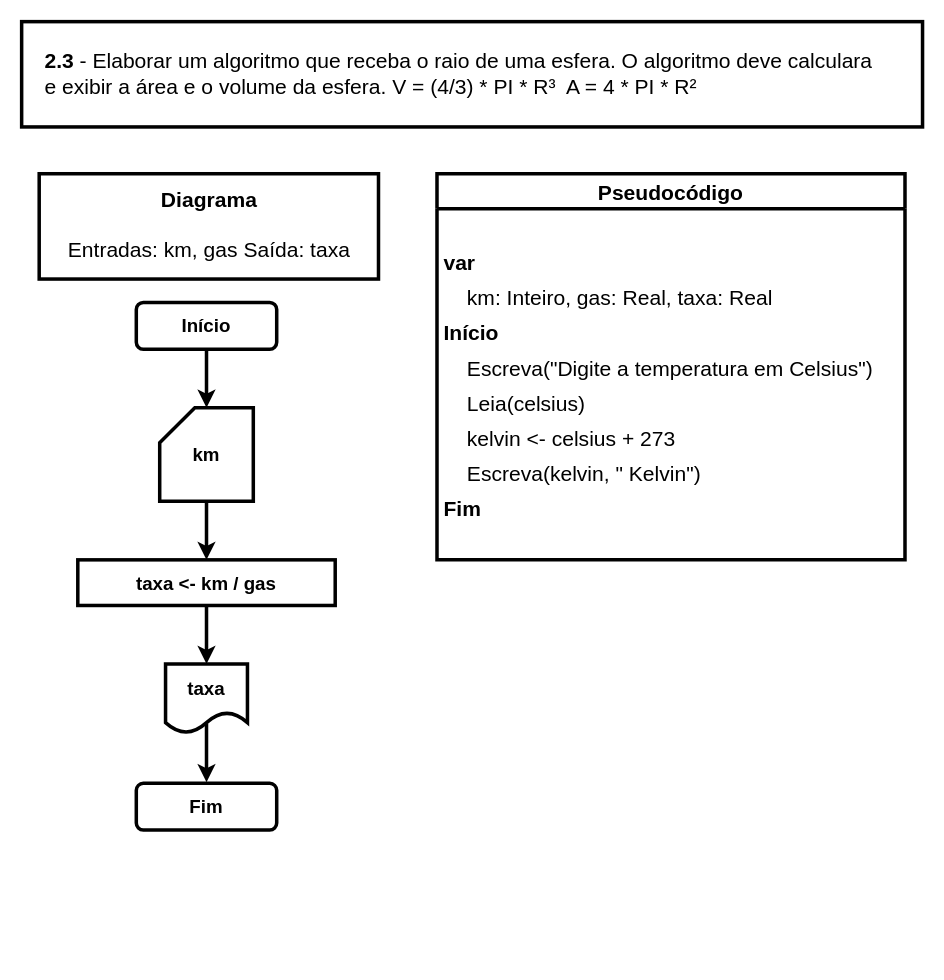
The draw.io diagram page "Ex. 2.3" (7 of 14) of exercicios.drawio in iSamekh/draw.io, before the edit. Source tidied: cells renumbered, new cells numbered last; positions are measured from the earlier drawing's top-left corner, leaving out a move shared by most shapes. Both pictures are drawn from the tidied source at 117%, with x=0, y=0 at pixel (21, 21).
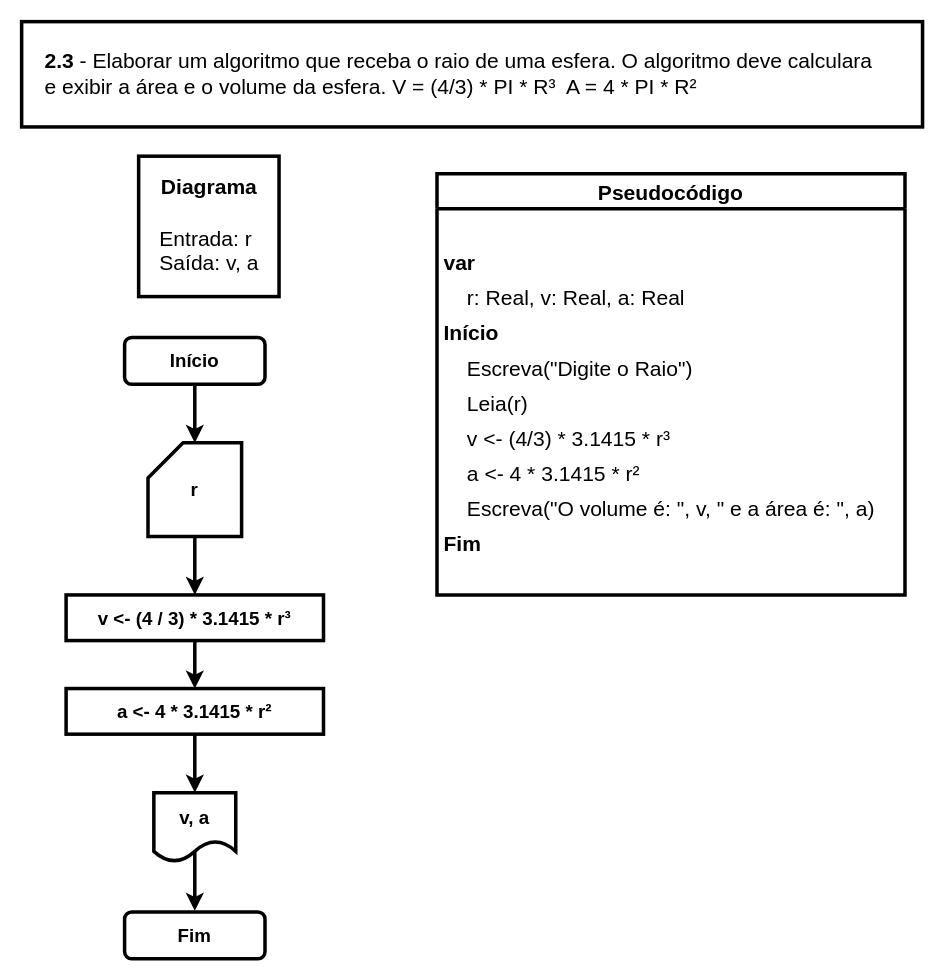
Above is the later version.

The edit, as a diff of the source:
```diff
@@
     <mxCell id="3" value="Início" style="rounded=1;whiteSpace=wrap;html=1;fontSize=16;glass=0;strokeWidth=3;shadow=0;fontStyle=1;" parent="1" vertex="1">
-      <mxGeometry x="98" y="240" width="120" height="40" as="geometry" />
+      <mxGeometry x="88" y="270" width="120" height="40" as="geometry" />
     </mxCell>
     <mxCell id="4" value="Fim" style="rounded=1;whiteSpace=wrap;html=1;fontSize=16;glass=0;strokeWidth=3;shadow=0;fontStyle=1;" parent="1" vertex="1">
-      <mxGeometry x="98" y="651" width="120" height="40" as="geometry" />
+      <mxGeometry x="88" y="761" width="120" height="40" as="geometry" />
     </mxCell>
     <mxCell id="5" style="edgeStyle=orthogonalEdgeStyle;rounded=0;orthogonalLoop=1;jettySize=auto;html=1;fontSize=16;fontColor=#0F0F0F;strokeWidth=3;" parent="1" edge="1">
       <mxGeometry relative="1" as="geometry">
-        <mxPoint x="158" y="600" as="sourcePoint" />
-        <mxPoint x="158" y="650" as="targetPoint" />
+        <mxPoint x="148" y="710" as="sourcePoint" />
+        <mxPoint x="148" y="760" as="targetPoint" />
       </mxGeometry>
     </mxCell>
-    <mxCell id="6" value="taxa" style="shape=document;whiteSpace=wrap;html=1;boundedLbl=1;fontStyle=1;fontSize=16;strokeWidth=3;" parent="1" vertex="1">
-      <mxGeometry x="123" y="549" width="70" height="59" as="geometry" />
+    <mxCell id="6" value="v, a" style="shape=document;whiteSpace=wrap;html=1;boundedLbl=1;fontStyle=1;fontSize=16;strokeWidth=3;" parent="1" vertex="1">
+      <mxGeometry x="113" y="659" width="70" height="59" as="geometry" />
     </mxCell>
@@
-    <mxCell id="8" value="km" style="shape=card;whiteSpace=wrap;html=1;fontStyle=1;fontSize=16;strokeWidth=3;" parent="1" vertex="1">
-      <mxGeometry x="118" y="330" width="80" height="80" as="geometry" />
+    <mxCell id="8" value="r" style="shape=card;whiteSpace=wrap;html=1;fontStyle=1;fontSize=16;strokeWidth=3;" parent="1" vertex="1">
+      <mxGeometry x="108" y="360" width="80" height="80" as="geometry" />
     </mxCell>
-    <mxCell id="9" style="edgeStyle=orthogonalEdgeStyle;rounded=0;jettySize=auto;html=1;fontSize=16;fontColor=#0F0F0F;strokeWidth=3;" parent="1" edge="1" source="10" target="6">
-      <mxGeometry relative="1" as="geometry" />
-    </mxCell>
+    <mxCell id="24" style="edgeStyle=orthogonalEdgeStyle;rounded=0;jettySize=auto;html=1;strokeWidth=3;fontSize=16;" parent="1" edge="1" source="10" target="27">
+      <mxGeometry relative="1" as="geometry" />
+    </mxCell>
-    <mxCell id="10" value="taxa &amp;lt;- km / gas" style="rounded=0;whiteSpace=wrap;html=1;fontStyle=1;fontSize=16;strokeWidth=3;" parent="1" vertex="1">
-      <mxGeometry x="48" y="460" width="220" height="39" as="geometry" />
+    <mxCell id="10" value="v &amp;lt;- (4 / 3) * 3.1415 * r³" style="rounded=0;whiteSpace=wrap;html=1;fontStyle=1;fontSize=16;strokeWidth=3;" parent="1" vertex="1">
+      <mxGeometry x="38" y="490" width="220" height="39" as="geometry" />
     </mxCell>
     <mxCell id="11" value="Pseudocódigo" style="swimlane;fontStyle=1;horizontal=1;startSize=30;rounded=0;shadow=0;labelBackgroundColor=#FFFFFF;labelBorderColor=none;sketch=0;fillStyle=auto;strokeColor=default;strokeWidth=3;fillColor=default;swimlaneLine=1;glass=0;arcSize=20;fontSize=18;spacing=10;" parent="1" vertex="1">
-      <mxGeometry x="355" y="130" width="400" height="330" as="geometry" />
+      <mxGeometry x="355" y="130" width="400" height="360" as="geometry" />
     </mxCell>
@@
-    <mxCell id="14" value="    km: Inteiro, gas: Real, taxa: Real" style="text;strokeColor=none;fillColor=none;align=left;verticalAlign=middle;spacingLeft=4;spacingRight=4;overflow=hidden;rounded=1;shadow=0;labelBackgroundColor=none;labelBorderColor=none;sketch=1;fillStyle=auto;strokeWidth=3;fontSize=18;" parent="11" vertex="1">
+    <mxCell id="14" value="    r: Real, v: Real, a: Real" style="text;strokeColor=none;fillColor=none;align=left;verticalAlign=middle;spacingLeft=4;spacingRight=4;overflow=hidden;rounded=1;shadow=0;labelBackgroundColor=none;labelBorderColor=none;sketch=1;fillStyle=auto;strokeWidth=3;fontSize=18;" parent="11" vertex="1">
       <mxGeometry y="90" width="400" height="30" as="geometry" />
     </mxCell>
@@
-    <mxCell id="16" value="     Escreva(&quot;Digite a temperatura em Celsius&quot;)" style="text;strokeColor=none;fillColor=none;align=left;verticalAlign=middle;spacingLeft=4;spacingRight=4;overflow=hidden;rounded=1;shadow=0;labelBackgroundColor=none;labelBorderColor=none;sketch=1;fillStyle=auto;strokeWidth=3;fontStyle=0;fontSize=18;" parent="11" vertex="1">
+    <mxCell id="16" value="     Escreva(&quot;Digite o Raio&quot;)" style="text;strokeColor=none;fillColor=none;align=left;verticalAlign=middle;spacingLeft=4;spacingRight=4;overflow=hidden;rounded=1;shadow=0;labelBackgroundColor=none;labelBorderColor=none;sketch=1;fillStyle=auto;strokeWidth=3;fontStyle=0;fontSize=18;" parent="11" vertex="1">
       <mxGeometry y="150" width="400" height="30" as="geometry" />
     </mxCell>
-    <mxCell id="17" value="     Leia(celsius)" style="text;strokeColor=none;fillColor=none;align=left;verticalAlign=middle;spacingLeft=4;spacingRight=4;overflow=hidden;rounded=1;shadow=0;labelBackgroundColor=none;labelBorderColor=none;sketch=1;fillStyle=auto;strokeWidth=3;fontStyle=0;fontSize=18;" parent="11" vertex="1">
+    <mxCell id="17" value="     Leia(r)" style="text;strokeColor=none;fillColor=none;align=left;verticalAlign=middle;spacingLeft=4;spacingRight=4;overflow=hidden;rounded=1;shadow=0;labelBackgroundColor=none;labelBorderColor=none;sketch=1;fillStyle=auto;strokeWidth=3;fontStyle=0;fontSize=18;" parent="11" vertex="1">
       <mxGeometry y="180" width="400" height="30" as="geometry" />
     </mxCell>
-    <mxCell id="18" value="    kelvin &lt;- celsius + 273" style="text;strokeColor=none;fillColor=none;align=left;verticalAlign=middle;spacingLeft=4;spacingRight=4;overflow=hidden;rounded=1;shadow=0;labelBackgroundColor=none;labelBorderColor=none;sketch=1;fillStyle=auto;strokeWidth=3;fontStyle=0;fontSize=18;" parent="11" vertex="1">
+    <mxCell id="18" value="    v &lt;- (4/3) * 3.1415 * r³" style="text;strokeColor=none;fillColor=none;align=left;verticalAlign=middle;spacingLeft=4;spacingRight=4;overflow=hidden;rounded=1;shadow=0;labelBackgroundColor=none;labelBorderColor=none;sketch=1;fillStyle=auto;strokeWidth=3;fontStyle=0;fontSize=18;" parent="11" vertex="1">
       <mxGeometry y="210" width="400" height="30" as="geometry" />
     </mxCell>
+    <mxCell id="25" value="    a &lt;- 4 * 3.1415 * r²" style="text;strokeColor=none;fillColor=none;align=left;verticalAlign=middle;spacingLeft=4;spacingRight=4;overflow=hidden;rounded=1;shadow=0;labelBackgroundColor=none;labelBorderColor=none;sketch=1;fillStyle=auto;strokeWidth=3;fontStyle=0;fontSize=18;" parent="11" vertex="1">
+      <mxGeometry y="240" width="400" height="30" as="geometry" />
+    </mxCell>
-    <mxCell id="19" value="     Escreva(kelvin, &quot; Kelvin&quot;)" style="text;strokeColor=none;fillColor=none;align=left;verticalAlign=middle;spacingLeft=4;spacingRight=4;overflow=hidden;rounded=1;shadow=0;labelBackgroundColor=none;labelBorderColor=none;sketch=1;fillStyle=auto;strokeWidth=3;fontStyle=0;fontSize=18;" parent="11" vertex="1">
-      <mxGeometry y="240" width="400" height="30" as="geometry" />
+    <mxCell id="19" value="     Escreva(&quot;O volume é: &quot;, v, &quot; e a área é: &quot;, a)" style="text;strokeColor=none;fillColor=none;align=left;verticalAlign=middle;spacingLeft=4;spacingRight=4;overflow=hidden;rounded=1;shadow=0;labelBackgroundColor=none;labelBorderColor=none;sketch=1;fillStyle=auto;strokeWidth=3;fontStyle=0;fontSize=18;" parent="11" vertex="1">
+      <mxGeometry y="270" width="400" height="30" as="geometry" />
     </mxCell>
     <mxCell id="20" value="Fim" style="text;strokeColor=none;fillColor=none;align=left;verticalAlign=middle;spacingLeft=4;spacingRight=4;overflow=hidden;rounded=1;shadow=0;labelBackgroundColor=none;labelBorderColor=none;sketch=1;fillStyle=auto;strokeWidth=3;fontStyle=1;fontSize=18;" parent="11" vertex="1">
-      <mxGeometry y="270" width="400" height="30" as="geometry" />
+      <mxGeometry y="300" width="400" height="30" as="geometry" />
     </mxCell>
     <mxCell id="21" style="text;strokeColor=none;fillColor=none;align=left;verticalAlign=middle;spacingLeft=4;spacingRight=4;overflow=hidden;rounded=1;shadow=0;labelBackgroundColor=none;labelBorderColor=none;sketch=1;fillStyle=auto;strokeWidth=3;fontStyle=1;fontSize=18;" parent="11" vertex="1">
-      <mxGeometry y="300" width="400" height="30" as="geometry" />
+      <mxGeometry y="330" width="400" height="30" as="geometry" />
     </mxCell>
-    <mxCell id="22" value="&lt;font style=&quot;font-size: 18px;&quot;&gt;&lt;b style=&quot;font-size: 18px;&quot;&gt;Diagrama&lt;br&gt;&lt;/b&gt;&lt;br style=&quot;font-size: 18px;&quot;&gt;&lt;div style=&quot;text-align: left; font-size: 18px;&quot;&gt;&lt;span style=&quot;font-size: 18px;&quot;&gt;&lt;font style=&quot;font-size: 18px;&quot;&gt;Entradas: km, gas&lt;span style=&quot;white-space: pre;&quot;&gt; &lt;/span&gt;&lt;/font&gt;&lt;/span&gt;Saída: taxa&lt;/div&gt;&lt;/font&gt;" style="text;html=1;align=center;verticalAlign=middle;fillColor=default;strokeColor=default;rounded=0;shadow=0;glass=0;labelBackgroundColor=#FFFFFF;labelBorderColor=none;sketch=0;fillStyle=auto;strokeWidth=3;fontSize=18;spacing=10;" parent="1" vertex="1">
-      <mxGeometry x="15" y="130" width="290" height="90" as="geometry" />
+    <mxCell id="22" value="&lt;font style=&quot;font-size: 18px;&quot;&gt;&lt;b style=&quot;font-size: 18px;&quot;&gt;Diagrama&lt;br&gt;&lt;/b&gt;&lt;br style=&quot;font-size: 18px;&quot;&gt;&lt;div style=&quot;text-align: left; font-size: 18px;&quot;&gt;&lt;span style=&quot;font-size: 18px;&quot;&gt;&lt;font style=&quot;font-size: 18px;&quot;&gt;Entrada: r&lt;/font&gt;&lt;/span&gt;&lt;/div&gt;&lt;div style=&quot;text-align: left; font-size: 18px;&quot;&gt;Saída: v, a&lt;/div&gt;&lt;/font&gt;" style="text;html=1;align=center;verticalAlign=middle;fillColor=default;strokeColor=default;rounded=0;shadow=0;glass=0;labelBackgroundColor=#FFFFFF;labelBorderColor=none;sketch=0;fillStyle=auto;strokeWidth=3;fontSize=18;spacing=10;" parent="1" vertex="1">
+      <mxGeometry x="100" y="115" width="120" height="120" as="geometry" />
     </mxCell>
@@
+    <mxCell id="26" style="edgeStyle=orthogonalEdgeStyle;rounded=0;jettySize=auto;html=1;strokeWidth=3;fontSize=16;" parent="1" edge="1" source="27" target="6">
+      <mxGeometry relative="1" as="geometry" />
+    </mxCell>
+    <mxCell id="27" value="a &amp;lt;- 4 * 3.1415 * r²" style="rounded=0;whiteSpace=wrap;html=1;fontStyle=1;fontSize=16;strokeWidth=3;" parent="1" vertex="1">
+      <mxGeometry x="38" y="570" width="220" height="39" as="geometry" />
+    </mxCell>
```
